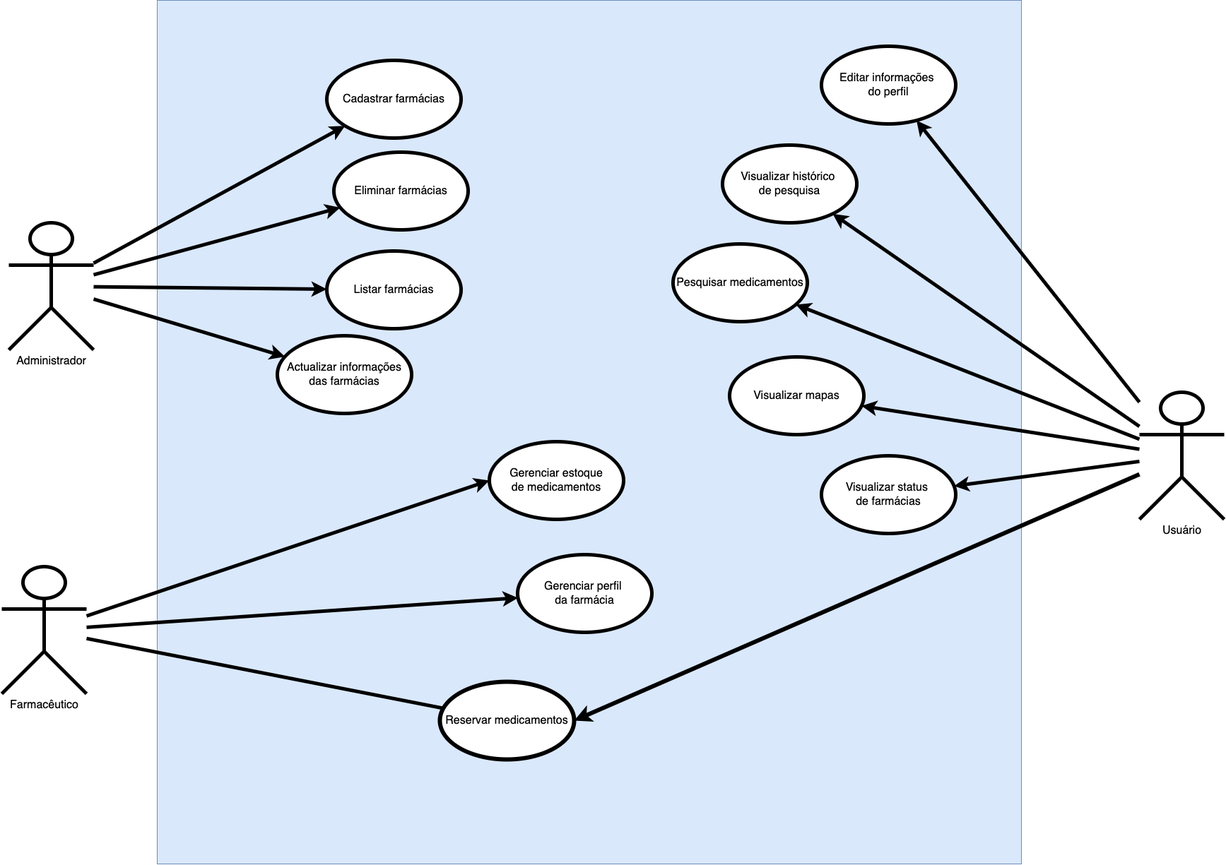
The draw.io diagram assets/dcu.png in PauloSanguli/farma-go-backend, before a commit. Source tidied: cells renumbered, new cells last; positions are measured from the earlier drawing's top-left corner, leaving out a move shared by most shapes.
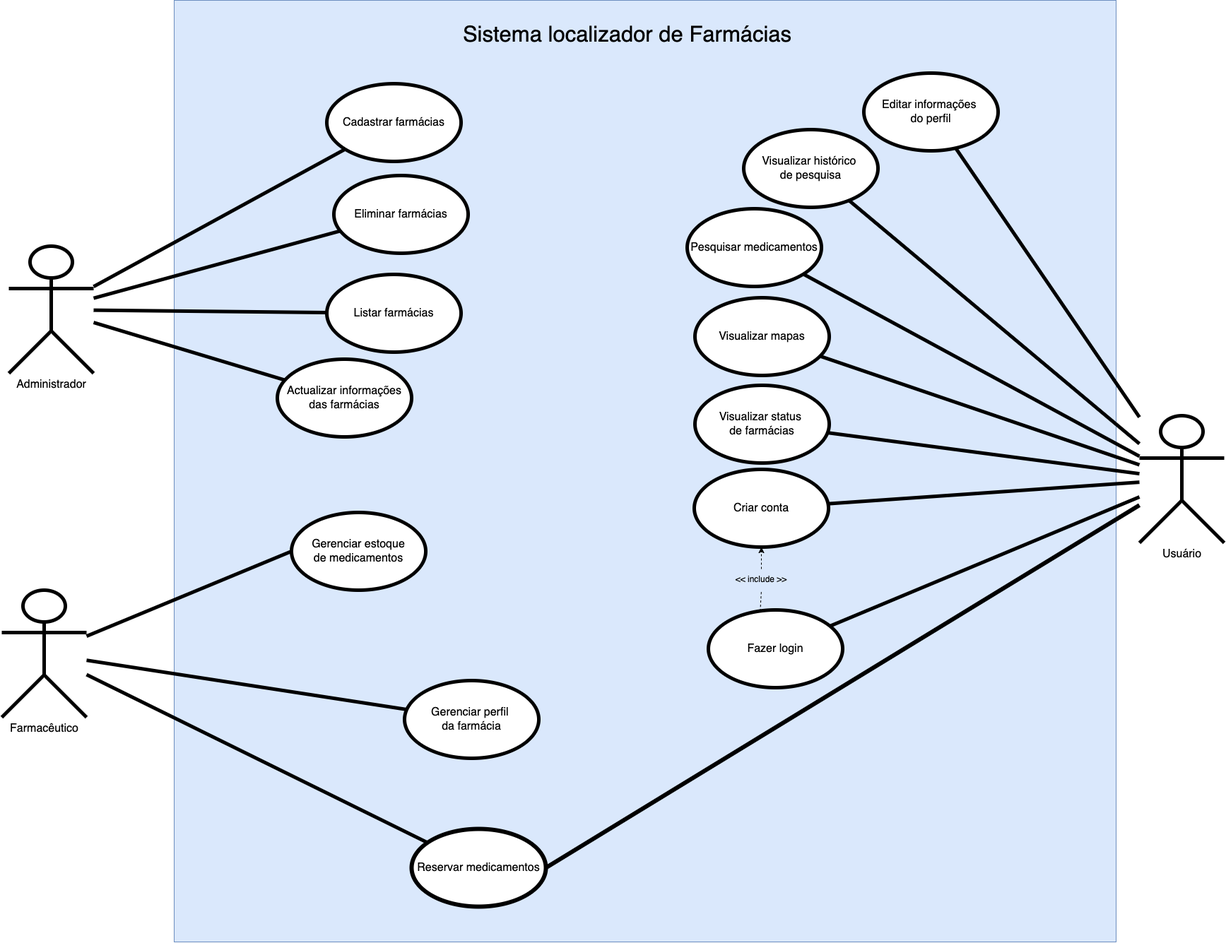
After the commit.

Change to the diagram source:
```diff
@@ -3,10 +3,10 @@
     <mxCell id="0" />
     <mxCell id="1" parent="0" />
     <mxCell id="2" style="whiteSpace=wrap;html=1;fillColor=#dae8fc;strokeColor=#6c8ebf;" parent="1" vertex="1">
-      <mxGeometry x="220" width="1223" height="1223" as="geometry" />
+      <mxGeometry x="244" y="-33" width="1333" height="1333" as="geometry" />
     </mxCell>
     <mxCell id="3" value="Reservar medicamentos" style="ellipse;whiteSpace=wrap;html=1;fontSize=16;strokeWidth=6;" parent="1" vertex="1">
-      <mxGeometry x="620" y="965" width="190" height="110" as="geometry" />
+      <mxGeometry x="580" y="1140" width="190" height="110" as="geometry" />
     </mxCell>
     <mxCell id="4" value="Administrador" style="shape=umlActor;verticalLabelPosition=bottom;verticalAlign=top;html=1;outlineConnect=0;strokeWidth=5;fontSize=16;" parent="1" vertex="1">
       <mxGeometry x="10" y="315" width="120" height="180" as="geometry" />
@@ -17,77 +17,101 @@
     <mxCell id="6" value="Eliminar farmácias" style="ellipse;whiteSpace=wrap;html=1;strokeWidth=5;fontSize=16;" parent="1" vertex="1">
       <mxGeometry x="470" y="215" width="190" height="110" as="geometry" />
     </mxCell>
-    <mxCell id="7" style="endArrow=classic;html=1;rounded=0;strokeWidth=5;" parent="1" edge="1" source="4" target="6">
+    <mxCell id="7" style="endArrow=none;html=1;rounded=0;strokeWidth=5;startFill=0;" parent="1" edge="1" source="4" target="6">
       <mxGeometry relative="1" as="geometry" />
     </mxCell>
     <mxCell id="8" value="Listar farmácias" style="ellipse;whiteSpace=wrap;html=1;strokeWidth=5;fontSize=16;" parent="1" vertex="1">
       <mxGeometry x="460" y="355" width="190" height="110" as="geometry" />
     </mxCell>
-    <mxCell id="9" style="endArrow=classic;html=1;rounded=0;strokeWidth=5;" parent="1" edge="1" source="4" target="8">
+    <mxCell id="9" style="endArrow=none;html=1;rounded=0;strokeWidth=5;startFill=0;" parent="1" edge="1" source="4" target="8">
       <mxGeometry relative="1" as="geometry" />
     </mxCell>
     <mxCell id="10" value="Actualizar informações&lt;div&gt;das farmácias&lt;/div&gt;" style="ellipse;whiteSpace=wrap;html=1;strokeWidth=5;fontSize=16;" parent="1" vertex="1">
       <mxGeometry x="390" y="475" width="190" height="110" as="geometry" />
     </mxCell>
-    <mxCell id="11" style="endArrow=classic;html=1;rounded=0;strokeWidth=5;" parent="1" edge="1" source="4" target="10">
+    <mxCell id="11" style="endArrow=none;html=1;rounded=0;strokeWidth=5;startFill=0;" parent="1" edge="1" source="4" target="10">
       <mxGeometry relative="1" as="geometry" />
     </mxCell>
     <mxCell id="12" value="&lt;font&gt;Cadastrar farmácias&lt;/font&gt;" style="ellipse;whiteSpace=wrap;html=1;strokeWidth=5;fontSize=16;" parent="1" vertex="1">
       <mxGeometry x="460" y="85" width="190" height="110" as="geometry" />
     </mxCell>
-    <mxCell id="13" style="endArrow=classic;html=1;rounded=0;strokeWidth=5;" parent="1" edge="1" source="4" target="12">
+    <mxCell id="13" style="endArrow=none;html=1;rounded=0;strokeWidth=5;startFill=0;" parent="1" edge="1" source="4" target="12">
       <mxGeometry relative="1" as="geometry" />
     </mxCell>
     <mxCell id="14" value="Gerenciar perfil&amp;nbsp;&lt;div&gt;da farmácia&lt;/div&gt;" style="ellipse;whiteSpace=wrap;html=1;strokeWidth=5;fontSize=16;" parent="1" vertex="1">
-      <mxGeometry x="730" y="785" width="190" height="110" as="geometry" />
+      <mxGeometry x="570" y="930" width="190" height="110" as="geometry" />
     </mxCell>
-    <mxCell id="15" style="endArrow=classic;html=1;rounded=0;strokeWidth=5;" parent="1" edge="1" source="5" target="14">
+    <mxCell id="15" style="endArrow=none;html=1;rounded=0;strokeWidth=5;startFill=0;" parent="1" edge="1" source="5" target="14">
       <mxGeometry relative="1" as="geometry" />
     </mxCell>
     <mxCell id="16" value="Gerenciar estoque&lt;div&gt;de medicamentos&lt;/div&gt;" style="ellipse;whiteSpace=wrap;html=1;strokeWidth=5;fontSize=16;" parent="1" vertex="1">
-      <mxGeometry x="690" y="625" width="190" height="110" as="geometry" />
+      <mxGeometry x="410" y="692" width="190" height="110" as="geometry" />
     </mxCell>
-    <mxCell id="17" style="endArrow=classic;html=1;rounded=0;entryX=0;entryY=0.5;entryDx=0;entryDy=0;strokeWidth=5;" parent="1" edge="1" source="5" target="16">
+    <mxCell id="17" style="endArrow=none;html=1;rounded=0;entryX=0;entryY=0.5;entryDx=0;entryDy=0;strokeWidth=5;startFill=0;" parent="1" edge="1" source="5" target="16">
       <mxGeometry relative="1" as="geometry" />
     </mxCell>
-    <mxCell id="18" style="endArrow=classic;html=1;rounded=0;entryX=1;entryY=0.5;entryDx=0;entryDy=0;strokeWidth=6;" parent="1" edge="1" source="24" target="3">
+    <mxCell id="18" style="endArrow=none;html=1;rounded=0;entryX=1;entryY=0.5;entryDx=0;entryDy=0;strokeWidth=6;startFill=0;" parent="1" edge="1" source="24" target="3">
       <mxGeometry relative="1" as="geometry" />
     </mxCell>
     <mxCell id="19" style="endArrow=none;html=1;rounded=0;strokeWidth=5;" parent="1" edge="1" source="3" target="5">
       <mxGeometry relative="1" as="geometry" />
     </mxCell>
-    <mxCell id="20" style="endArrow=classic;html=1;rounded=0;strokeWidth=5;" parent="1" edge="1" source="24" target="25">
+    <mxCell id="20" style="endArrow=none;html=1;rounded=0;strokeWidth=5;startFill=0;" parent="1" edge="1" source="24" target="25">
       <mxGeometry relative="1" as="geometry" />
     </mxCell>
-    <mxCell id="21" style="endArrow=classic;html=1;rounded=0;strokeWidth=5;" parent="1" edge="1" source="24" target="26">
+    <mxCell id="21" style="endArrow=none;html=1;rounded=0;strokeWidth=5;startFill=0;" parent="1" edge="1" source="24" target="26">
       <mxGeometry relative="1" as="geometry" />
     </mxCell>
-    <mxCell id="22" style="endArrow=classic;html=1;rounded=0;strokeWidth=5;" parent="1" edge="1" source="24" target="27">
+    <mxCell id="22" style="endArrow=none;html=1;rounded=0;strokeWidth=5;startFill=0;" parent="1" edge="1" source="24" target="27">
       <mxGeometry relative="1" as="geometry" />
     </mxCell>
-    <mxCell id="23" style="endArrow=classic;html=1;rounded=0;strokeWidth=5;" parent="1" edge="1" source="24" target="28">
+    <mxCell id="23" style="endArrow=none;html=1;rounded=0;strokeWidth=5;startFill=0;" parent="1" edge="1" source="24" target="28">
       <mxGeometry relative="1" as="geometry" />
     </mxCell>
     <mxCell id="24" value="Usuário" style="shape=umlActor;verticalLabelPosition=bottom;verticalAlign=top;html=1;outlineConnect=0;strokeWidth=5;fontSize=16;" parent="1" vertex="1">
       <mxGeometry x="1610" y="555" width="120" height="180" as="geometry" />
     </mxCell>
     <mxCell id="25" value="Pesquisar medicamentos" style="ellipse;whiteSpace=wrap;html=1;strokeWidth=5;fontSize=16;" parent="1" vertex="1">
-      <mxGeometry x="950" y="345" width="190" height="110" as="geometry" />
+      <mxGeometry x="970" y="262" width="190" height="110" as="geometry" />
     </mxCell>
     <mxCell id="26" value="Visualizar mapas" style="ellipse;whiteSpace=wrap;html=1;strokeWidth=5;fontSize=16;" parent="1" vertex="1">
-      <mxGeometry x="1030" y="505" width="190" height="110" as="geometry" />
+      <mxGeometry x="981" y="388" width="190" height="110" as="geometry" />
     </mxCell>
     <mxCell id="27" value="Visualizar histórico&amp;nbsp;&lt;div&gt;de pesquisa&lt;/div&gt;" style="ellipse;whiteSpace=wrap;html=1;strokeWidth=5;fontSize=16;" parent="1" vertex="1">
-      <mxGeometry x="1020" y="205" width="190" height="110" as="geometry" />
+      <mxGeometry x="1050" y="150" width="190" height="110" as="geometry" />
     </mxCell>
     <mxCell id="28" value="Visualizar status&amp;nbsp;&lt;div&gt;de farmácias&lt;/div&gt;" style="ellipse;whiteSpace=wrap;html=1;strokeWidth=5;fontSize=16;" parent="1" vertex="1">
-      <mxGeometry x="1160" y="645" width="190" height="110" as="geometry" />
+      <mxGeometry x="981" y="512" width="190" height="110" as="geometry" />
     </mxCell>
     <mxCell id="29" value="Editar informações&amp;nbsp;&lt;div&gt;do perfil&lt;/div&gt;" style="ellipse;whiteSpace=wrap;html=1;strokeWidth=5;fontSize=16;" parent="1" vertex="1">
-      <mxGeometry x="1160" y="65" width="190" height="110" as="geometry" />
+      <mxGeometry x="1220" y="70" width="190" height="110" as="geometry" />
     </mxCell>
-    <mxCell id="30" style="endArrow=classic;html=1;rounded=0;strokeWidth=5;" parent="1" edge="1" source="24" target="29">
+    <mxCell id="30" style="endArrow=none;html=1;rounded=0;strokeWidth=5;startFill=0;" parent="1" edge="1" source="24" target="29">
       <mxGeometry relative="1" as="geometry" />
     </mxCell>
+    <mxCell id="31" value="Sistema localizador de Farmácias" style="text;strokeColor=none;align=center;fillColor=none;html=1;verticalAlign=middle;whiteSpace=wrap;rounded=0;fontSize=31;" parent="1" vertex="1">
+      <mxGeometry x="600" width="571" height="30" as="geometry" />
+    </mxCell>
+    <mxCell id="32" style="endArrow=none;html=1;rounded=0;strokeWidth=5;startFill=0;" parent="1" edge="1" source="24" target="33">
+      <mxGeometry relative="1" as="geometry" />
+    </mxCell>
+    <mxCell id="33" value="Criar conta" style="ellipse;whiteSpace=wrap;html=1;strokeWidth=5;fontSize=16;" parent="1" vertex="1">
+      <mxGeometry x="980" y="631" width="190" height="110" as="geometry" />
+    </mxCell>
+    <mxCell id="34" style="endArrow=none;html=1;rounded=0;strokeWidth=5;startFill=0;" parent="1" edge="1" source="24" target="35">
+      <mxGeometry relative="1" as="geometry" />
+    </mxCell>
+    <mxCell id="35" value="Fazer login" style="ellipse;whiteSpace=wrap;html=1;strokeWidth=5;fontSize=16;" parent="1" vertex="1">
+      <mxGeometry x="1000" y="830" width="190" height="110" as="geometry" />
+    </mxCell>
+    <mxCell id="36" value="&amp;lt;&amp;lt; include &amp;gt;&amp;gt;" style="text;strokeColor=none;align=center;fillColor=none;html=1;verticalAlign=middle;whiteSpace=wrap;rounded=0;strokeWidth=6;" parent="1" vertex="1">
+      <mxGeometry x="1010" y="772" width="130" height="30" as="geometry" />
+    </mxCell>
+    <mxCell id="37" style="endArrow=none;dashed=1;html=1;rounded=0;entryX=0.5;entryY=1;entryDx=0;entryDy=0;exitX=0.386;exitY=0.015;exitDx=0;exitDy=0;exitPerimeter=0;" parent="1" edge="1" source="35" target="36">
+      <mxGeometry relative="1" as="geometry" />
+    </mxCell>
+    <mxCell id="38" style="endArrow=classic;html=1;rounded=0;exitX=0.5;exitY=0;exitDx=0;exitDy=0;entryX=0.5;entryY=1;entryDx=0;entryDy=0;dashed=1;" parent="1" edge="1" source="36" target="33">
+      <mxGeometry relative="1" as="geometry" />
+    </mxCell>
   </root>
 </mxGraphModel>
```
